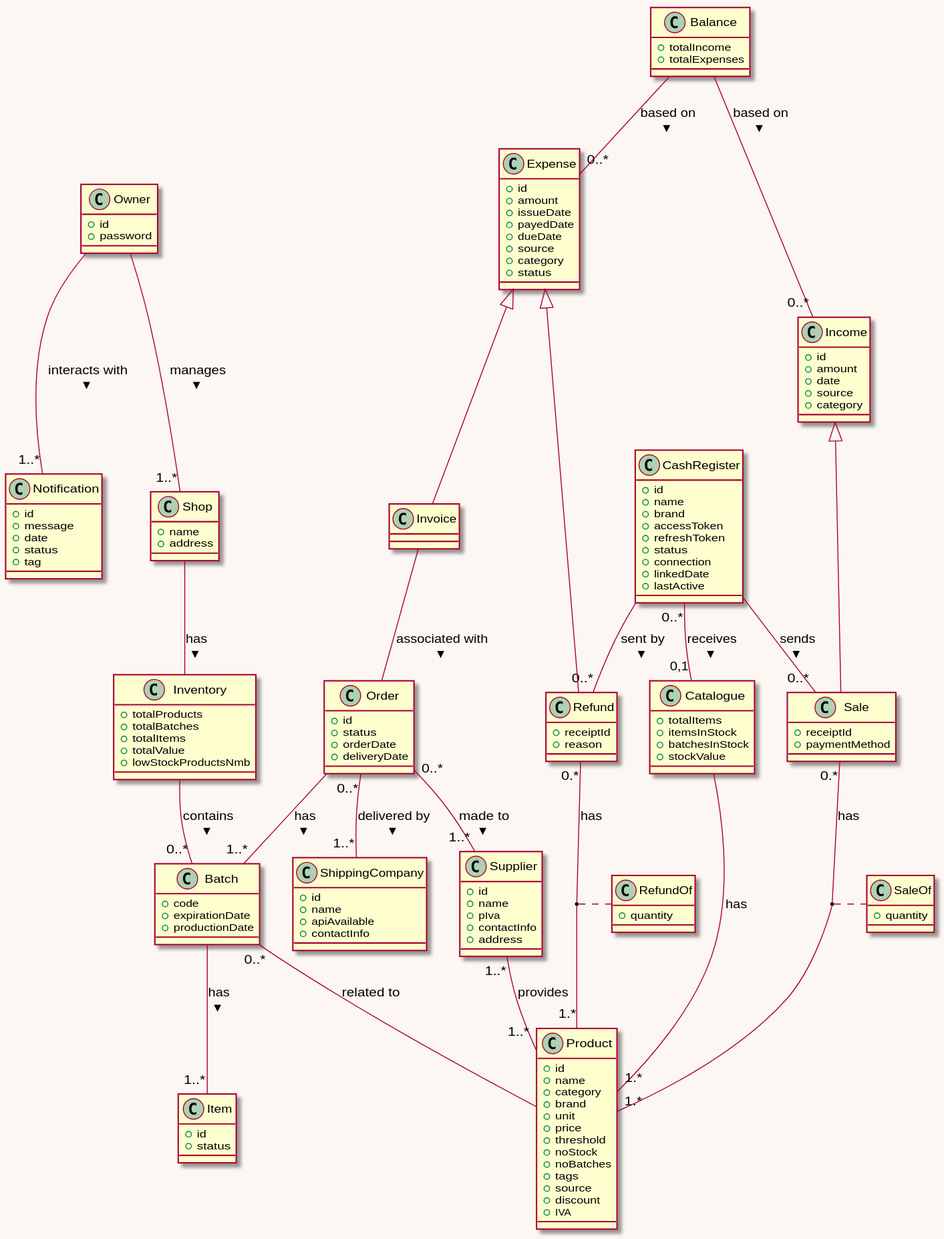
Before: res/plantuml/glossaryDiagram.svg, a diagram exported from PlantUML (Giuseppeclv008/Project).
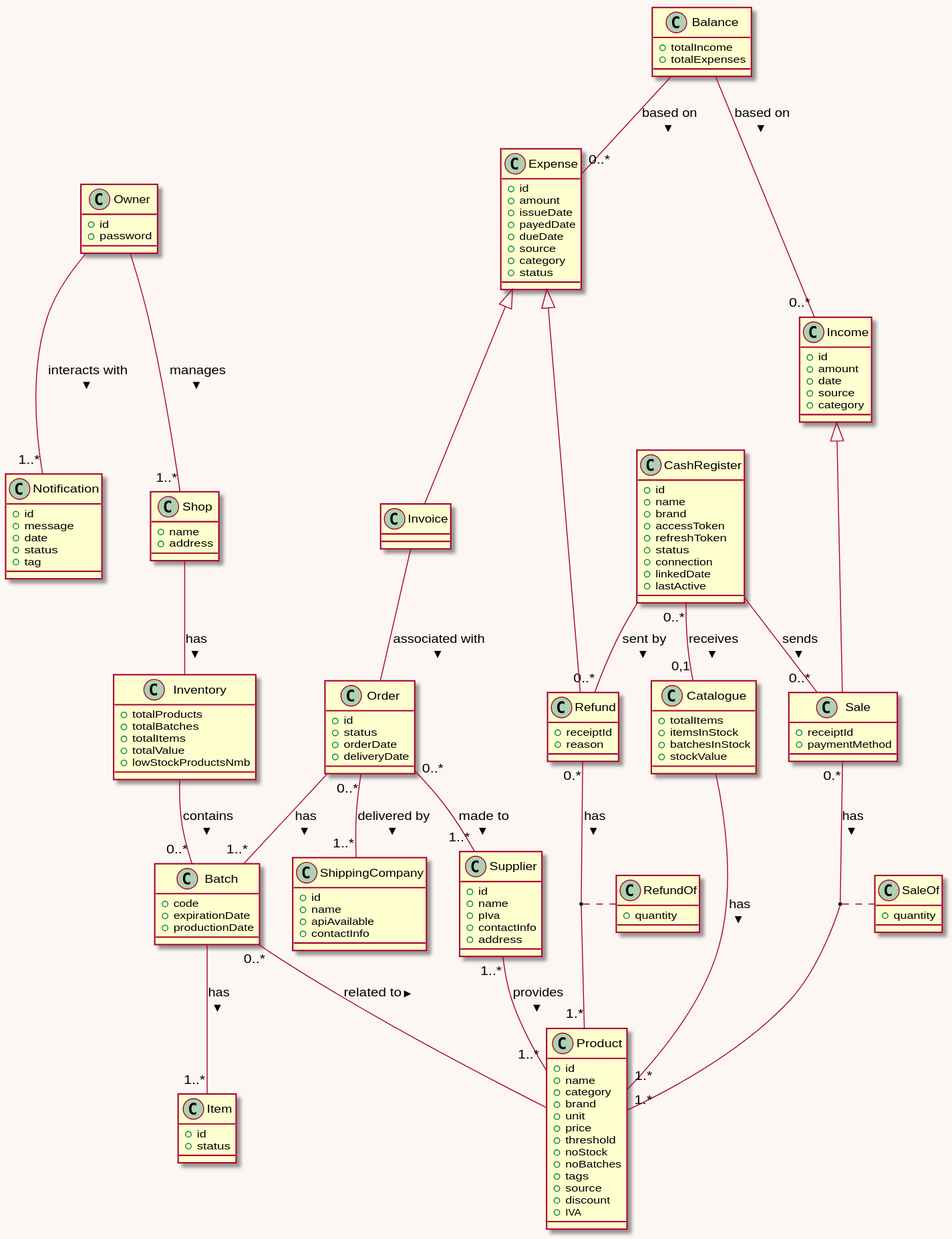
Later version of the same file.

Commit message:
fix: relationships now have a read direction

Change to the diagram source:
```diff
@@ -137,11 +137,11 @@
 Balance  -- "0..*" Expense: > based on
 Balance  -- "0..*" Income: > based on
 
-Sale "0.*" -- "1.*" Product : has
-Refund "0.*" -- "1.*" Product: has
-Catalogue  -- "1.*" Product:has
-Batch "0..*" --  Product: related to
-Supplier "1..*" -- "1..*" Product: provides
+Sale "0.*" -- "1.*" Product : > has
+Refund "0.*" -- "1.*" Product: > has
+Catalogue  -- "1.*" Product: > has
+Batch "0..*" --  Product: > related to
+Supplier "1..*" -- "1..*" Product: > provides
 
 
 (Sale, Product) .. SaleOf
```
